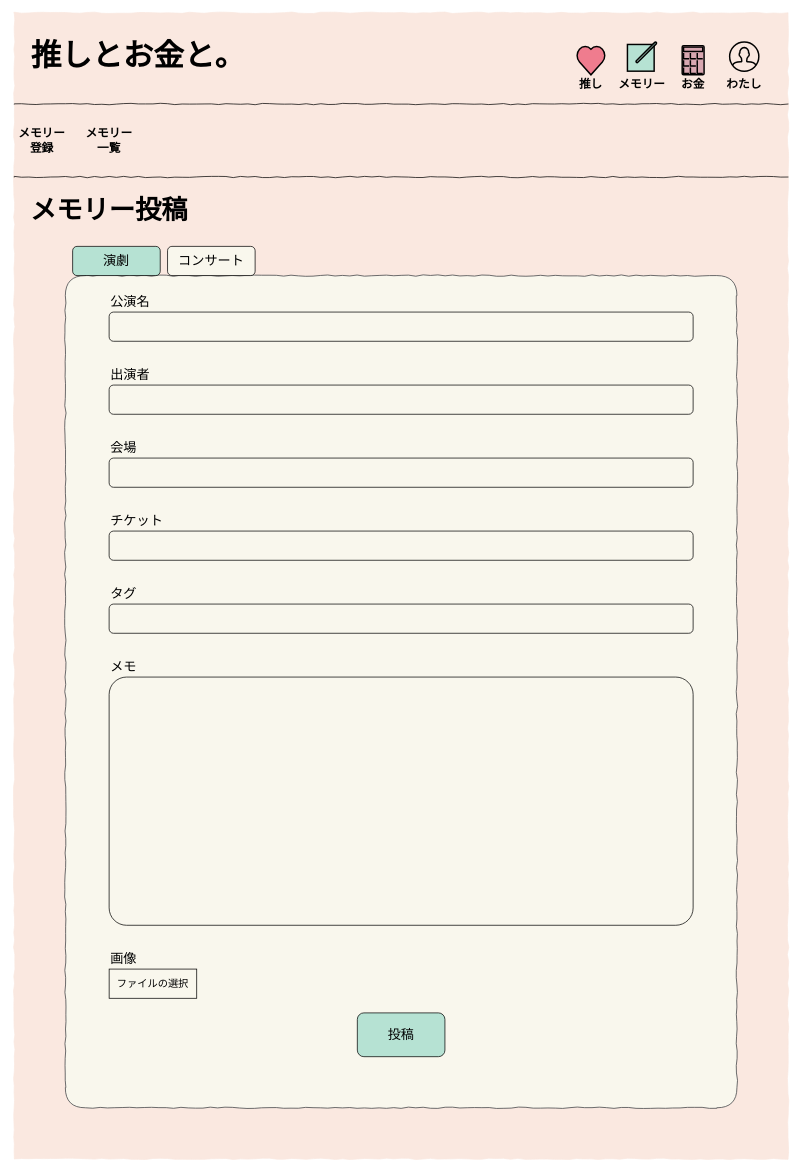
This is page "投稿(演劇)" (5 of 19) of Untitled Diagram.drawio from yuko-miyamoto/Laravel_10, a draw.io file, before an edit. Source tidied: cells renumbered, new cells numbered last; positions are measured from the earlier drawing's top-left corner, leaving out a move shared by most shapes. Both pictures are drawn from the tidied source at 73%, with x=0, y=0 at pixel (12, 12).
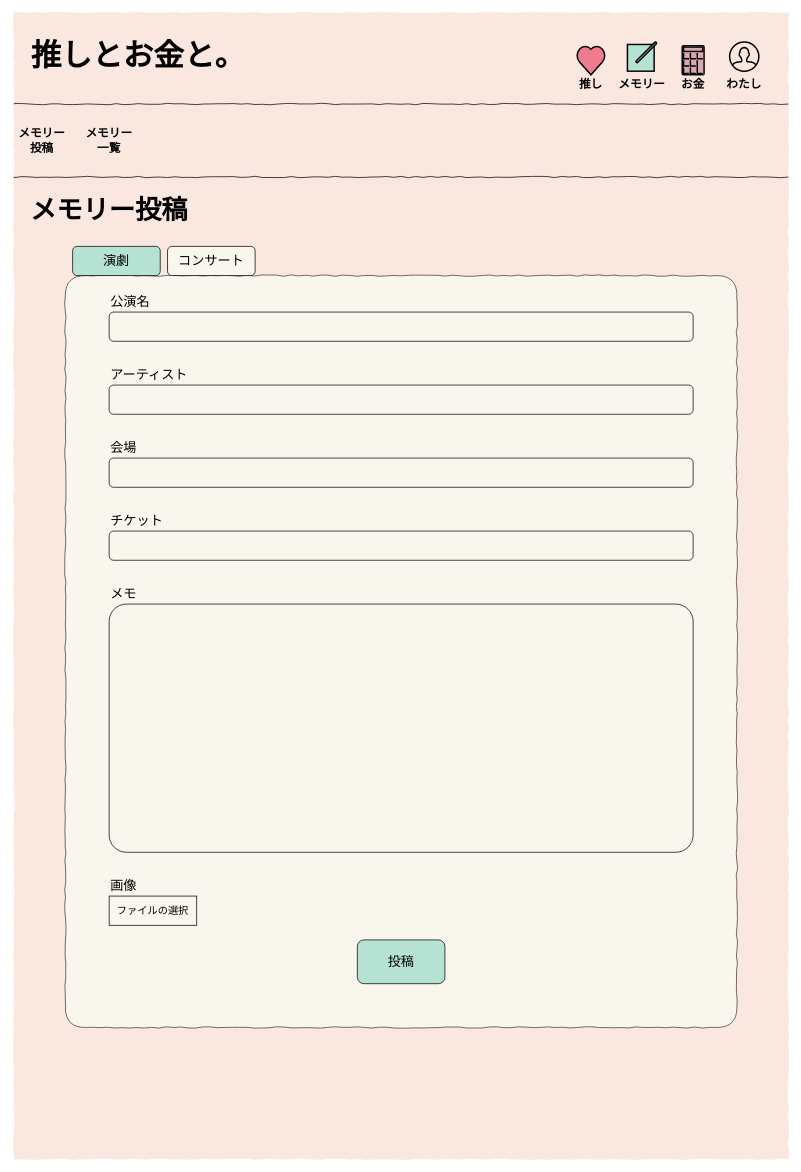
The same page after the edit.

Change to the diagram source:
```diff
@@
     <mxCell id="5" style="whiteSpace=wrap;html=1;rounded=1;shadow=0;labelBackgroundColor=none;strokeWidth=1;fontFamily=Verdana;fontSize=12;align=center;comic=1;fillColor=#F9F7ED;strokeColor=#36393d;arcSize=3;" parent="1" vertex="1">
-      <mxGeometry x="72" y="360" width="920" height="1140" as="geometry" />
+      <mxGeometry x="72" y="360" width="920" height="1030" as="geometry" />
     </mxCell>
@@
-    <mxCell id="10" value="出演者" style="text;strokeColor=none;fillColor=none;html=1;fontSize=18;fontStyle=0;verticalAlign=bottom;align=left;rounded=0;shadow=0;glass=0;sketch=0;fontColor=#000000;" parent="1" vertex="1">
+    <mxCell id="10" value="アーティスト" style="text;strokeColor=none;fillColor=none;html=1;fontSize=18;fontStyle=0;verticalAlign=bottom;align=left;rounded=0;shadow=0;glass=0;sketch=0;fontColor=#000000;" parent="1" vertex="1">
       <mxGeometry x="132" y="470" width="100" height="40" as="geometry" />
     </mxCell>
@@
     <mxCell id="15" style="rounded=1;whiteSpace=wrap;html=1;shadow=0;glass=0;sketch=0;fontSize=18;fontColor=#000000;strokeColor=#000000;fillColor=#F9F7ED;align=center;verticalAlign=middle;arcSize=7;" parent="1" vertex="1">
-      <mxGeometry x="132" y="910" width="800" height="340" as="geometry" />
+      <mxGeometry x="132" y="810" width="800" height="340" as="geometry" />
     </mxCell>
     <mxCell id="16" value="メモ" style="text;strokeColor=none;fillColor=none;html=1;fontSize=18;fontStyle=0;verticalAlign=bottom;align=left;rounded=0;shadow=0;glass=0;sketch=0;fontColor=#000000;" parent="1" vertex="1">
-      <mxGeometry x="132" y="870" width="100" height="40" as="geometry" />
+      <mxGeometry x="132" y="770" width="100" height="40" as="geometry" />
     </mxCell>
     <mxCell id="17" value="ファイルの選択" style="rounded=0;whiteSpace=wrap;html=1;shadow=0;glass=0;sketch=0;fontSize=14;fontColor=#000000;strokeColor=#000000;fillColor=#F9F7ED;align=center;verticalAlign=middle;" parent="1" vertex="1">
-      <mxGeometry x="132" y="1310" width="120" height="40" as="geometry" />
+      <mxGeometry x="132" y="1210" width="120" height="40" as="geometry" />
     </mxCell>
     <mxCell id="18" value="画像" style="text;strokeColor=none;fillColor=none;html=1;fontSize=18;fontStyle=0;verticalAlign=bottom;align=left;rounded=0;shadow=0;glass=0;sketch=0;fontColor=#000000;" parent="1" vertex="1">
-      <mxGeometry x="132" y="1270" width="100" height="40" as="geometry" />
+      <mxGeometry x="132" y="1170" width="100" height="40" as="geometry" />
     </mxCell>
@@
-    <mxCell id="20" style="rounded=1;whiteSpace=wrap;html=1;shadow=0;glass=0;sketch=0;fontSize=18;fontColor=#000000;strokeColor=#000000;fillColor=#F9F7ED;align=center;verticalAlign=middle;" parent="1" vertex="1">
-      <mxGeometry x="132" y="810" width="800" height="40" as="geometry" />
-    </mxCell>
-    <mxCell id="21" value="タグ" style="text;strokeColor=none;fillColor=none;html=1;fontSize=18;fontStyle=0;verticalAlign=bottom;align=left;rounded=0;shadow=0;glass=0;sketch=0;fontColor=#000000;" parent="1" vertex="1">
-      <mxGeometry x="132" y="770" width="100" height="40" as="geometry" />
-    </mxCell>
     <mxCell id="22" value="投稿" style="rounded=1;whiteSpace=wrap;html=1;shadow=0;glass=0;sketch=0;fontSize=18;fontColor=#000000;strokeColor=#000000;fillColor=#B6E2D3;align=center;verticalAlign=middle;" parent="1" vertex="1">
-      <mxGeometry x="472" y="1370" width="120" height="60" as="geometry" />
+      <mxGeometry x="472" y="1270" width="120" height="60" as="geometry" />
     </mxCell>
@@
-    <mxCell id="32" value="メモリー&lt;br&gt;登録" style="whiteSpace=wrap;html=1;rounded=0;shadow=0;labelBackgroundColor=none;strokeWidth=1;fontFamily=Verdana;fontSize=16;align=center;comic=1;fillColor=none;strokeColor=none;verticalAlign=middle;fontStyle=1;" parent="1" vertex="1">
+    <mxCell id="32" value="メモリー&lt;br&gt;投稿" style="whiteSpace=wrap;html=1;rounded=0;shadow=0;labelBackgroundColor=none;strokeWidth=1;fontFamily=Verdana;fontSize=16;align=center;comic=1;fillColor=none;strokeColor=none;verticalAlign=middle;fontStyle=1;" parent="1" vertex="1">
       <mxGeometry x="-0.5" y="130" width="80" height="90" as="geometry" />
     </mxCell>
```
